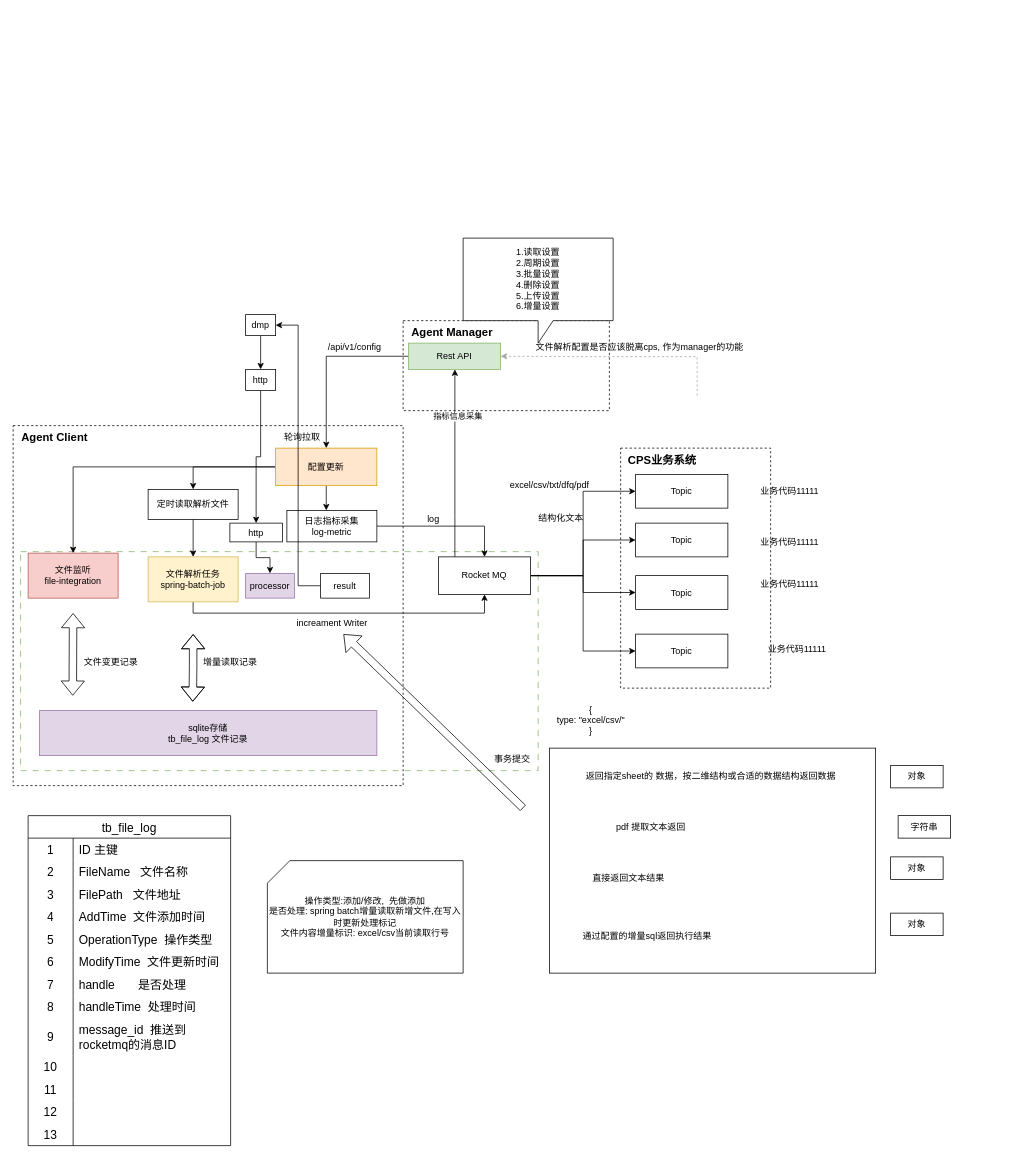
Earlier version of the draw.io diagram 文件解析整体设计.drawio (liangleiA/MyRepository). Source tidied: cells renumbered, new cells numbered last; positions are measured from the earlier drawing's top-left corner, leaving out a move shared by most shapes. Both pictures are drawn from the tidied source at 75%, with x=0, y=0 at pixel (13, 238).
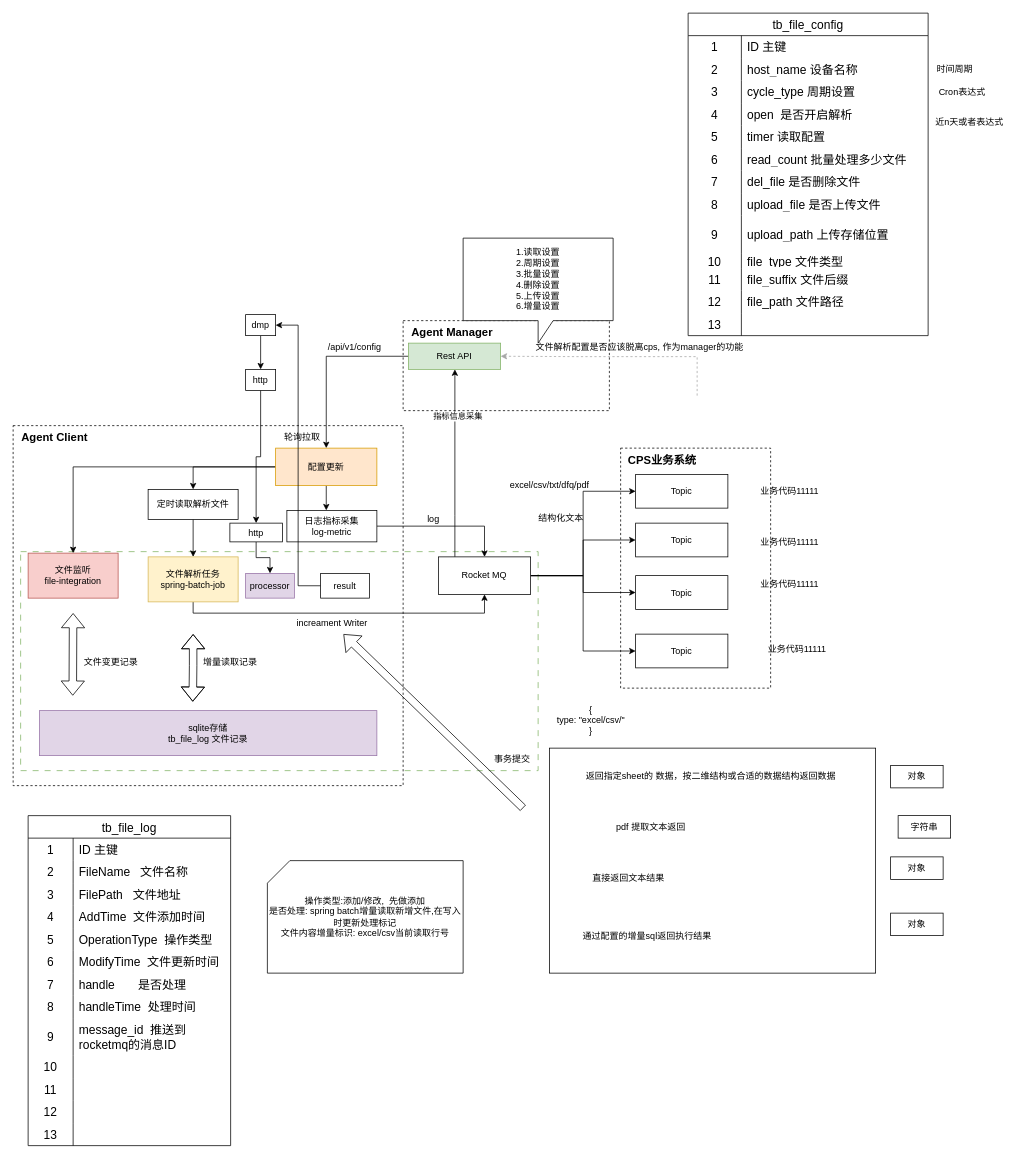
After the change.

Commit message (it also covers changes not shown here):
更新文件解析整体设计.drawio

The edit, as a diff of the source:
```diff
@@
+    <mxCell id="113" value="tb_file_config" style="shape=table;startSize=30;childLayout=tableLayout;rowLines=0;fontStyle=0;strokeColor=default;fontSize=16;swimlaneFillColor=default;" parent="1" vertex="1">
+      <mxGeometry x="900" y="-300" width="320" height="430" as="geometry" />
+    </mxCell>
+    <mxCell id="114" style="shape=tableRow;horizontal=0;startSize=0;swimlaneHead=0;swimlaneBody=0;top=0;left=0;bottom=0;right=0;fillColor=none;strokeColor=inherit;fontSize=16;swimlaneFillColor=default;" parent="113" vertex="1">
+      <mxGeometry y="30" width="320" height="30" as="geometry" />
+    </mxCell>
+    <mxCell id="115" value="1" style="shape=partialRectangle;html=1;whiteSpace=wrap;fillColor=none;top=0;left=0;bottom=0;right=0;overflow=hidden;strokeColor=inherit;fontSize=16;swimlaneFillColor=default;" parent="114" vertex="1">
+      <mxGeometry width="71" height="30" as="geometry" />
+    </mxCell>
+    <mxCell id="116" value="ID 主键" style="shape=partialRectangle;html=1;whiteSpace=wrap;fillColor=none;top=0;left=0;bottom=0;right=0;align=left;spacingLeft=6;overflow=hidden;strokeColor=inherit;fontSize=16;swimlaneFillColor=default;" parent="114" vertex="1">
+      <mxGeometry x="71" width="249" height="30" as="geometry" />
+    </mxCell>
+    <mxCell id="117" style="shape=tableRow;horizontal=0;startSize=0;swimlaneHead=0;swimlaneBody=0;top=0;left=0;bottom=0;right=0;fillColor=none;strokeColor=inherit;fontSize=16;swimlaneFillColor=default;" parent="113" vertex="1">
+      <mxGeometry y="60" width="320" height="30" as="geometry" />
+    </mxCell>
+    <mxCell id="118" value="2" style="shape=partialRectangle;html=1;whiteSpace=wrap;fillColor=none;top=0;left=0;bottom=0;right=0;overflow=hidden;strokeColor=inherit;fontSize=16;swimlaneFillColor=default;" parent="117" vertex="1">
+      <mxGeometry width="71" height="30" as="geometry" />
+    </mxCell>
+    <mxCell id="119" value="host_name 设备名称" style="shape=partialRectangle;html=1;whiteSpace=wrap;fillColor=none;top=0;left=0;bottom=0;right=0;align=left;spacingLeft=6;overflow=hidden;strokeColor=inherit;fontSize=16;swimlaneFillColor=default;" parent="117" vertex="1">
+      <mxGeometry x="71" width="249" height="30" as="geometry" />
+    </mxCell>
+    <mxCell id="120" style="shape=tableRow;horizontal=0;startSize=0;swimlaneHead=0;swimlaneBody=0;top=0;left=0;bottom=0;right=0;fillColor=none;strokeColor=inherit;fontSize=16;swimlaneFillColor=default;" parent="113" vertex="1">
+      <mxGeometry y="90" width="320" height="30" as="geometry" />
+    </mxCell>
+    <mxCell id="121" value="3" style="shape=partialRectangle;html=1;whiteSpace=wrap;fillColor=none;top=0;left=0;bottom=0;right=0;overflow=hidden;strokeColor=inherit;fontSize=16;swimlaneFillColor=default;" parent="120" vertex="1">
+      <mxGeometry width="71" height="30" as="geometry" />
+    </mxCell>
+    <mxCell id="122" value="cycle_type 周期设置" style="shape=partialRectangle;html=1;whiteSpace=wrap;fillColor=none;top=0;left=0;bottom=0;right=0;align=left;spacingLeft=6;overflow=hidden;strokeColor=inherit;fontSize=16;swimlaneFillColor=default;" parent="120" vertex="1">
+      <mxGeometry x="71" width="249" height="30" as="geometry" />
+    </mxCell>
+    <mxCell id="123" style="shape=tableRow;horizontal=0;startSize=0;swimlaneHead=0;swimlaneBody=0;top=0;left=0;bottom=0;right=0;fillColor=none;strokeColor=inherit;fontSize=16;swimlaneFillColor=default;" parent="113" vertex="1">
+      <mxGeometry y="120" width="320" height="30" as="geometry" />
+    </mxCell>
+    <mxCell id="124" value="4" style="shape=partialRectangle;html=1;whiteSpace=wrap;fillColor=none;top=0;left=0;bottom=0;right=0;overflow=hidden;strokeColor=inherit;fontSize=16;swimlaneFillColor=default;" parent="123" vertex="1">
+      <mxGeometry width="71" height="30" as="geometry" />
+    </mxCell>
+    <mxCell id="125" value="open&amp;nbsp; 是否开启解析" style="shape=partialRectangle;html=1;whiteSpace=wrap;fillColor=none;top=0;left=0;bottom=0;right=0;align=left;spacingLeft=6;overflow=hidden;strokeColor=inherit;fontSize=16;swimlaneFillColor=default;" parent="123" vertex="1">
+      <mxGeometry x="71" width="249" height="30" as="geometry" />
+    </mxCell>
+    <mxCell id="126" style="shape=tableRow;horizontal=0;startSize=0;swimlaneHead=0;swimlaneBody=0;top=0;left=0;bottom=0;right=0;fillColor=none;strokeColor=inherit;fontSize=16;swimlaneFillColor=default;" parent="113" vertex="1">
+      <mxGeometry y="150" width="320" height="30" as="geometry" />
+    </mxCell>
+    <mxCell id="127" value="5" style="shape=partialRectangle;html=1;whiteSpace=wrap;fillColor=none;top=0;left=0;bottom=0;right=0;overflow=hidden;strokeColor=inherit;fontSize=16;swimlaneFillColor=default;" parent="126" vertex="1">
+      <mxGeometry width="71" height="30" as="geometry" />
+    </mxCell>
+    <mxCell id="128" value="timer 读取配置" style="shape=partialRectangle;html=1;whiteSpace=wrap;fillColor=none;top=0;left=0;bottom=0;right=0;align=left;spacingLeft=6;overflow=hidden;strokeColor=inherit;fontSize=16;swimlaneFillColor=default;" parent="126" vertex="1">
+      <mxGeometry x="71" width="249" height="30" as="geometry" />
+    </mxCell>
+    <mxCell id="129" style="shape=tableRow;horizontal=0;startSize=0;swimlaneHead=0;swimlaneBody=0;top=0;left=0;bottom=0;right=0;fillColor=none;strokeColor=inherit;fontSize=16;swimlaneFillColor=default;" parent="113" vertex="1">
+      <mxGeometry y="180" width="320" height="30" as="geometry" />
+    </mxCell>
+    <mxCell id="130" value="6" style="shape=partialRectangle;html=1;whiteSpace=wrap;fillColor=none;top=0;left=0;bottom=0;right=0;overflow=hidden;strokeColor=inherit;fontSize=16;swimlaneFillColor=default;" parent="129" vertex="1">
+      <mxGeometry width="71" height="30" as="geometry" />
+    </mxCell>
+    <mxCell id="131" value="read_count 批量处理多少文件" style="shape=partialRectangle;html=1;whiteSpace=wrap;fillColor=none;top=0;left=0;bottom=0;right=0;align=left;spacingLeft=6;overflow=hidden;strokeColor=inherit;fontSize=16;swimlaneFillColor=default;" parent="129" vertex="1">
+      <mxGeometry x="71" width="249" height="30" as="geometry" />
+    </mxCell>
+    <mxCell id="132" style="shape=tableRow;horizontal=0;startSize=0;swimlaneHead=0;swimlaneBody=0;top=0;left=0;bottom=0;right=0;fillColor=none;strokeColor=inherit;fontSize=16;swimlaneFillColor=default;" parent="113" vertex="1">
+      <mxGeometry y="210" width="320" height="30" as="geometry" />
+    </mxCell>
+    <mxCell id="133" value="7" style="shape=partialRectangle;html=1;whiteSpace=wrap;fillColor=none;top=0;left=0;bottom=0;right=0;overflow=hidden;strokeColor=inherit;fontSize=16;swimlaneFillColor=default;" parent="132" vertex="1">
+      <mxGeometry width="71" height="30" as="geometry" />
+    </mxCell>
+    <mxCell id="134" value="del_file 是否删除文件" style="shape=partialRectangle;html=1;whiteSpace=wrap;fillColor=none;top=0;left=0;bottom=0;right=0;align=left;spacingLeft=6;overflow=hidden;strokeColor=inherit;fontSize=16;swimlaneFillColor=default;" parent="132" vertex="1">
+      <mxGeometry x="71" width="249" height="30" as="geometry" />
+    </mxCell>
+    <mxCell id="135" style="shape=tableRow;horizontal=0;startSize=0;swimlaneHead=0;swimlaneBody=0;top=0;left=0;bottom=0;right=0;fillColor=none;strokeColor=inherit;fontSize=16;swimlaneFillColor=default;" parent="113" vertex="1">
+      <mxGeometry y="240" width="320" height="30" as="geometry" />
+    </mxCell>
+    <mxCell id="136" value="8" style="shape=partialRectangle;html=1;whiteSpace=wrap;fillColor=none;top=0;left=0;bottom=0;right=0;overflow=hidden;strokeColor=inherit;fontSize=16;swimlaneFillColor=default;" parent="135" vertex="1">
+      <mxGeometry width="71" height="30" as="geometry" />
+    </mxCell>
+    <mxCell id="137" value="upload_file 是否上传文件" style="shape=partialRectangle;html=1;whiteSpace=wrap;fillColor=none;top=0;left=0;bottom=0;right=0;align=left;spacingLeft=6;overflow=hidden;strokeColor=inherit;fontSize=16;swimlaneFillColor=default;" parent="135" vertex="1">
+      <mxGeometry x="71" width="249" height="30" as="geometry" />
+    </mxCell>
+    <mxCell id="138" style="shape=tableRow;horizontal=0;startSize=0;swimlaneHead=0;swimlaneBody=0;top=0;left=0;bottom=0;right=0;fillColor=none;strokeColor=inherit;fontSize=16;swimlaneFillColor=default;" parent="113" vertex="1">
+      <mxGeometry y="270" width="320" height="50" as="geometry" />
+    </mxCell>
+    <mxCell id="139" value="9" style="shape=partialRectangle;html=1;whiteSpace=wrap;fillColor=none;top=0;left=0;bottom=0;right=0;overflow=hidden;strokeColor=inherit;fontSize=16;swimlaneFillColor=default;" parent="138" vertex="1">
+      <mxGeometry width="71" height="50" as="geometry" />
+    </mxCell>
+    <mxCell id="140" value="upload_path 上传存储位置" style="shape=partialRectangle;html=1;whiteSpace=wrap;fillColor=none;top=0;left=0;bottom=0;right=0;align=left;spacingLeft=6;overflow=hidden;strokeColor=inherit;fontSize=16;swimlaneFillColor=default;" parent="138" vertex="1">
+      <mxGeometry x="71" width="249" height="50" as="geometry" />
+    </mxCell>
+    <mxCell id="141" style="shape=tableRow;horizontal=0;startSize=0;swimlaneHead=0;swimlaneBody=0;top=0;left=0;bottom=0;right=0;fillColor=none;strokeColor=inherit;fontSize=16;swimlaneFillColor=default;" parent="113" vertex="1">
+      <mxGeometry y="320" width="320" height="20" as="geometry" />
+    </mxCell>
+    <mxCell id="142" value="10" style="shape=partialRectangle;html=1;whiteSpace=wrap;fillColor=none;top=0;left=0;bottom=0;right=0;overflow=hidden;strokeColor=inherit;fontSize=16;swimlaneFillColor=default;" parent="141" vertex="1">
+      <mxGeometry width="71" height="20" as="geometry" />
+    </mxCell>
+    <mxCell id="143" value="file_type 文件类型" style="shape=partialRectangle;html=1;whiteSpace=wrap;fillColor=none;top=0;left=0;bottom=0;right=0;align=left;spacingLeft=6;overflow=hidden;strokeColor=inherit;fontSize=16;swimlaneFillColor=default;" parent="141" vertex="1">
+      <mxGeometry x="71" width="249" height="20" as="geometry" />
+    </mxCell>
+    <mxCell id="144" style="shape=tableRow;horizontal=0;startSize=0;swimlaneHead=0;swimlaneBody=0;top=0;left=0;bottom=0;right=0;fillColor=none;strokeColor=inherit;fontSize=16;swimlaneFillColor=default;" parent="113" vertex="1">
+      <mxGeometry y="340" width="320" height="30" as="geometry" />
+    </mxCell>
+    <mxCell id="145" value="11" style="shape=partialRectangle;html=1;whiteSpace=wrap;fillColor=none;top=0;left=0;bottom=0;right=0;overflow=hidden;strokeColor=inherit;fontSize=16;swimlaneFillColor=default;" parent="144" vertex="1">
+      <mxGeometry width="71" height="30" as="geometry" />
+    </mxCell>
+    <mxCell id="146" value="file_suffix 文件后缀" style="shape=partialRectangle;html=1;whiteSpace=wrap;fillColor=none;top=0;left=0;bottom=0;right=0;align=left;spacingLeft=6;overflow=hidden;strokeColor=inherit;fontSize=16;swimlaneFillColor=default;" parent="144" vertex="1">
+      <mxGeometry x="71" width="249" height="30" as="geometry" />
+    </mxCell>
+    <mxCell id="147" style="shape=tableRow;horizontal=0;startSize=0;swimlaneHead=0;swimlaneBody=0;top=0;left=0;bottom=0;right=0;fillColor=none;strokeColor=inherit;fontSize=16;swimlaneFillColor=default;" parent="113" vertex="1">
+      <mxGeometry y="370" width="320" height="30" as="geometry" />
+    </mxCell>
+    <mxCell id="148" value="12" style="shape=partialRectangle;html=1;whiteSpace=wrap;fillColor=none;top=0;left=0;bottom=0;right=0;overflow=hidden;strokeColor=inherit;fontSize=16;swimlaneFillColor=default;" parent="147" vertex="1">
+      <mxGeometry width="71" height="30" as="geometry" />
+    </mxCell>
+    <mxCell id="149" value="file_path 文件路径" style="shape=partialRectangle;html=1;whiteSpace=wrap;fillColor=none;top=0;left=0;bottom=0;right=0;align=left;spacingLeft=6;overflow=hidden;strokeColor=inherit;fontSize=16;swimlaneFillColor=default;" parent="147" vertex="1">
+      <mxGeometry x="71" width="249" height="30" as="geometry" />
+    </mxCell>
+    <mxCell id="150" style="shape=tableRow;horizontal=0;startSize=0;swimlaneHead=0;swimlaneBody=0;top=0;left=0;bottom=0;right=0;fillColor=none;strokeColor=inherit;fontSize=16;swimlaneFillColor=default;" parent="113" vertex="1">
+      <mxGeometry y="400" width="320" height="30" as="geometry" />
+    </mxCell>
+    <mxCell id="151" value="13" style="shape=partialRectangle;html=1;whiteSpace=wrap;fillColor=none;top=0;left=0;bottom=0;right=0;overflow=hidden;strokeColor=inherit;fontSize=16;swimlaneFillColor=default;" parent="150" vertex="1">
+      <mxGeometry width="71" height="30" as="geometry" />
+    </mxCell>
+    <mxCell id="152" style="shape=partialRectangle;html=1;whiteSpace=wrap;fillColor=none;top=0;left=0;bottom=0;right=0;align=left;spacingLeft=6;overflow=hidden;strokeColor=inherit;fontSize=16;swimlaneFillColor=default;" parent="150" vertex="1">
+      <mxGeometry x="71" width="249" height="30" as="geometry" />
+    </mxCell>
+    <mxCell id="153" value="时间周期" style="text;html=1;align=center;verticalAlign=middle;strokeColor=none;fillColor=none;" parent="1" vertex="1">
+      <mxGeometry x="1220" y="-240" width="70" height="30" as="geometry" />
+    </mxCell>
+    <mxCell id="154" value="Cron表达式" style="text;html=1;align=center;verticalAlign=middle;strokeColor=none;fillColor=none;" parent="1" vertex="1">
+      <mxGeometry x="1220" y="-210" width="90" height="30" as="geometry" />
+    </mxCell>
+    <mxCell id="155" value="近n天或者表达式" style="text;html=1;align=center;verticalAlign=middle;strokeColor=none;fillColor=none;" parent="1" vertex="1">
+      <mxGeometry x="1220" y="-170" width="110" height="30" as="geometry" />
+    </mxCell>
```
